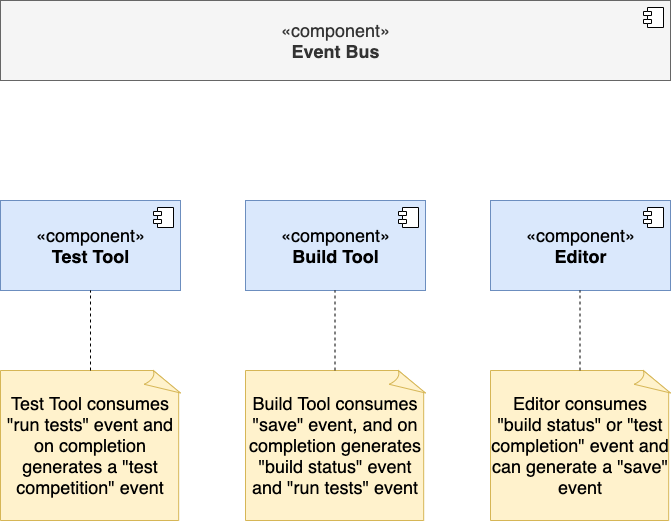
The draw.io diagram Architectural styles/Implicit Invocation Systems/EventBasedComponentDiagram.png in smitbmx/Architecture-Diagrams, before a commit. Source tidied: cells renumbered, new cells last; positions are measured from the earlier drawing's top-left corner, leaving out a move shared by most shapes.
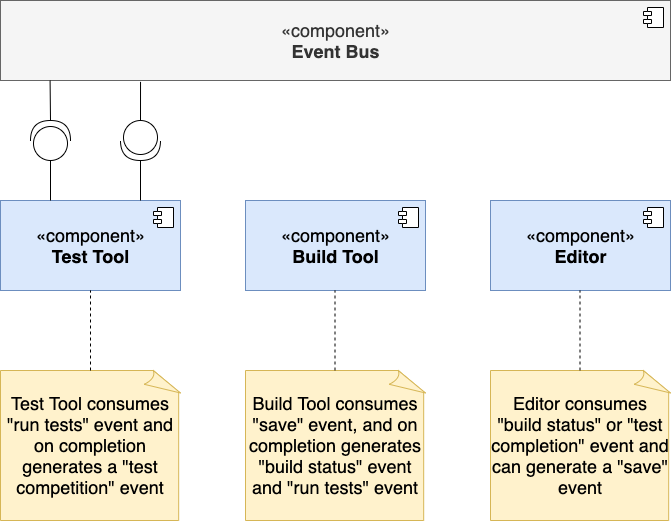
The same file after the commit.

What changed in the source:
```diff
@@ -58,5 +58,27 @@
         <mxPoint x="579.5" y="290" as="targetPoint" />
       </mxGeometry>
     </mxCell>
+    <mxCell id="16" style="shape=providedRequiredInterface;html=1;verticalLabelPosition=bottom;sketch=0;fontSize=18;rotation=90;" parent="1" vertex="1">
+      <mxGeometry x="120" y="120" width="40" height="40" as="geometry" />
+    </mxCell>
+    <mxCell id="17" style="shape=providedRequiredInterface;html=1;verticalLabelPosition=bottom;sketch=0;fontSize=18;rotation=-90;" parent="1" vertex="1">
+      <mxGeometry x="30" y="120" width="40" height="40" as="geometry" />
+    </mxCell>
+    <mxCell id="18" style="endArrow=none;html=1;rounded=0;fontSize=18;exitX=1;exitY=0.5;exitDx=0;exitDy=0;exitPerimeter=0;" parent="1" edge="1" source="16">
+      <mxGeometry relative="1" as="geometry">
+        <mxPoint x="140" y="200" as="targetPoint" />
+      </mxGeometry>
+    </mxCell>
+    <mxCell id="19" style="endArrow=none;html=1;rounded=0;fontSize=18;entryX=0;entryY=0.5;entryDx=0;entryDy=0;entryPerimeter=0;" parent="1" edge="1" target="17">
+      <mxGeometry relative="1" as="geometry">
+        <mxPoint x="50" y="200" as="sourcePoint" />
+      </mxGeometry>
+    </mxCell>
+    <mxCell id="20" style="endArrow=none;html=1;rounded=0;fontSize=18;exitX=0;exitY=0.5;exitDx=0;exitDy=0;exitPerimeter=0;entryX=0.209;entryY=1.017;entryDx=0;entryDy=0;entryPerimeter=0;" parent="1" edge="1" source="16" target="2">
+      <mxGeometry relative="1" as="geometry" />
+    </mxCell>
+    <mxCell id="21" style="endArrow=none;html=1;rounded=0;fontSize=18;exitX=1;exitY=0.5;exitDx=0;exitDy=0;exitPerimeter=0;entryX=0.074;entryY=1.013;entryDx=0;entryDy=0;entryPerimeter=0;" parent="1" edge="1" source="17" target="2">
+      <mxGeometry relative="1" as="geometry" />
+    </mxCell>
   </root>
 </mxGraphModel>
```
